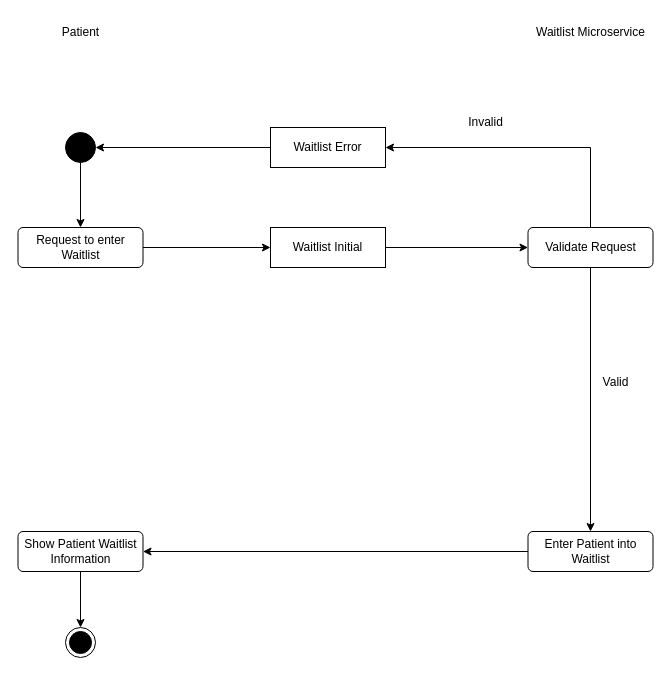
This is images/EnterWaitlist Activity Diagram.drawio from uvic-teach/project-m1-team1, a draw.io file, before an edit. Source tidied: cells renumbered, new cells numbered last; positions are measured from the earlier drawing's top-left corner, leaving out a move shared by most shapes. Both pictures are drawn from the tidied source at 100%, with x=0, y=0 at pixel (18, 17).
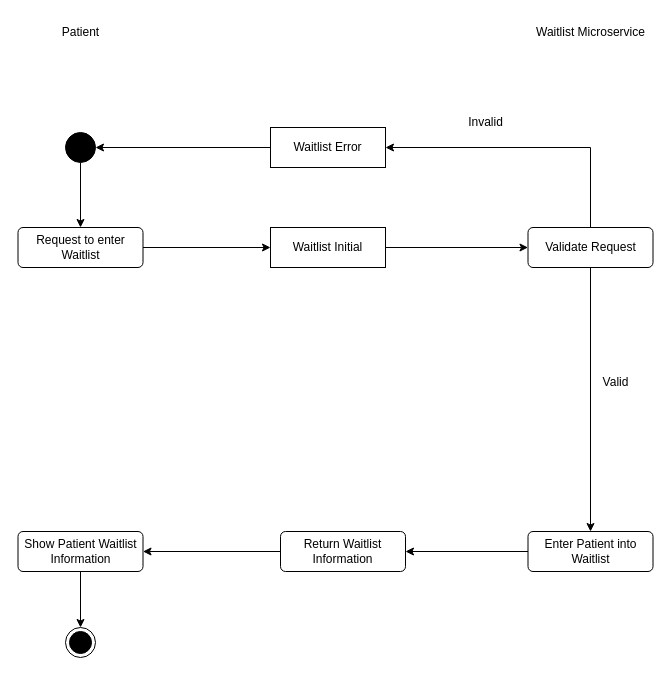
After the change.

The change refers to these unchanged cells:
```xml
<mxCell id="12" value="Enter Patient into Waitlist" style="html=1;align=center;verticalAlign=middle;rounded=1;absoluteArcSize=1;arcSize=10;dashed=0;whiteSpace=wrap;" parent="1" vertex="1">
  <mxGeometry x="509.5" y="514" width="125" height="40" as="geometry" />
</mxCell>
<mxCell id="15" value="Show Patient Waitlist Information" style="html=1;align=center;verticalAlign=middle;rounded=1;absoluteArcSize=1;arcSize=10;dashed=0;whiteSpace=wrap;" parent="1" vertex="1">
  <mxGeometry x="-0.5" y="514" width="125" height="40" as="geometry" />
</mxCell>
```

Diff of the diagram source:
```diff
@@
-    <mxCell id="11" style="edgeStyle=orthogonalEdgeStyle;rounded=0;jettySize=auto;html=1;entryX=1;entryY=0.5;entryDx=0;entryDy=0;" parent="1" edge="1" source="12" target="15">
+    <mxCell id="11" style="edgeStyle=orthogonalEdgeStyle;rounded=0;jettySize=auto;html=1;entryX=1;entryY=0.5;entryDx=0;entryDy=0;" parent="1" edge="1" source="12" target="23">
       <mxGeometry relative="1" as="geometry" />
     </mxCell>
@@
+    <mxCell id="22" style="edgeStyle=orthogonalEdgeStyle;rounded=0;jettySize=auto;html=1;" parent="1" edge="1" source="23" target="15">
+      <mxGeometry relative="1" as="geometry" />
+    </mxCell>
+    <mxCell id="23" value="Return Waitlist Information" style="html=1;align=center;verticalAlign=middle;rounded=1;absoluteArcSize=1;arcSize=10;dashed=0;whiteSpace=wrap;" parent="1" vertex="1">
+      <mxGeometry x="262" y="514" width="125" height="40" as="geometry" />
+    </mxCell>
```
